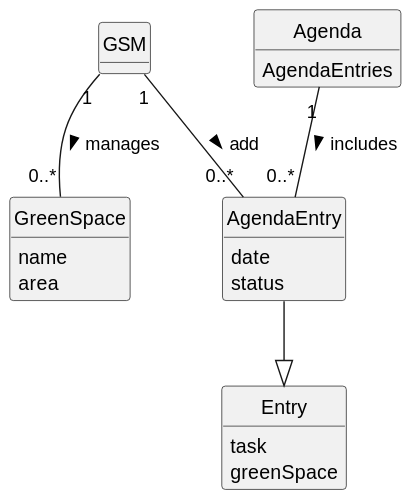
Earlier version of the PlantUML export docs/sprintC/us022/02.analysis/svg/us022-domain-model.svg (diogoveirospro/lei-24-s2-1dg-g072).
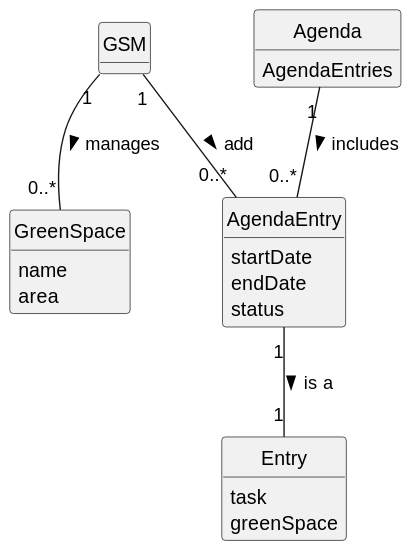
The same file after the commit.

What changed in the source:
```diff
@@ -24,7 +24,8 @@
 }
 
 class AgendaEntry {
-    date
+    startDate
+    endDate
     status
 }
 
@@ -35,6 +36,6 @@
 
 GSM "1" -- "0..*" GreenSpace : manages >
 Agenda "1" -- "0..*" AgendaEntry : includes >
-AgendaEntry --|> Entry
+AgendaEntry "1" -- "1" Entry: is a >
 GSM "1" -- "0..*" AgendaEntry : add >
 @enduml
```
